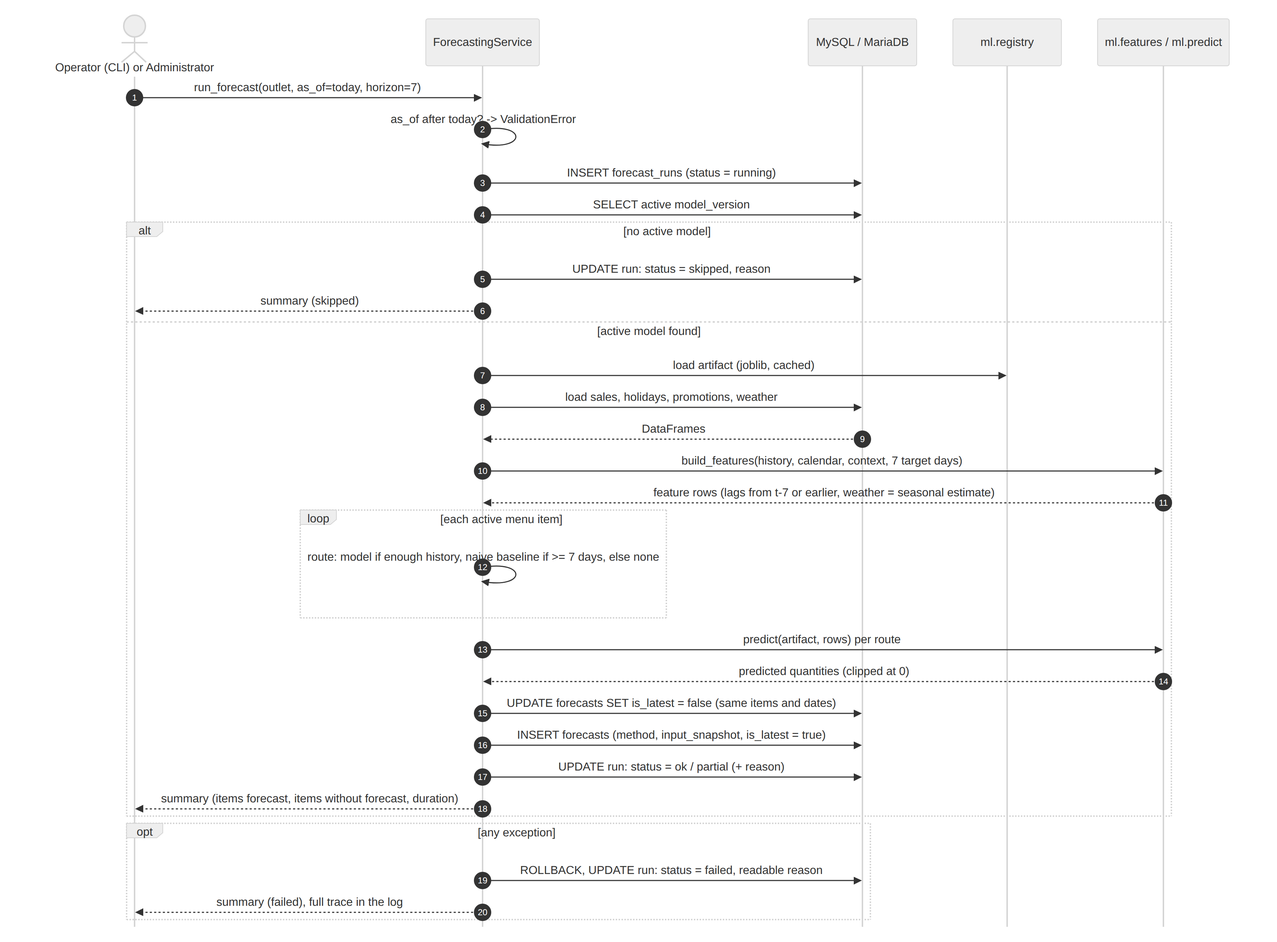
This is docs/diagrams/05_seq_forecast_run.png from sashiiimp/SmartRestaurant, a Mermaid export, as it was before one commit. Its source is kept beside it as docs/diagrams/05_seq_forecast_run.mmd.
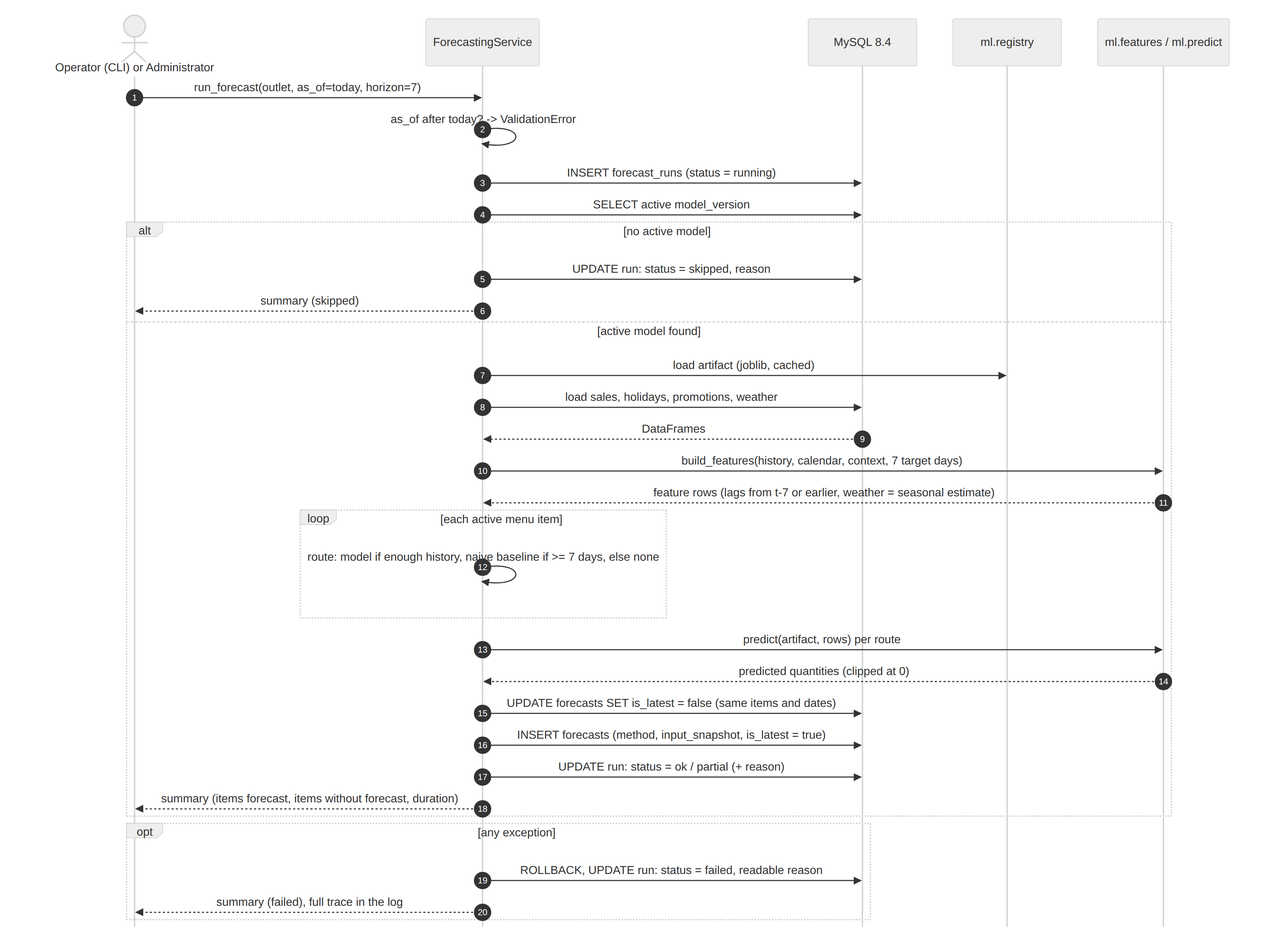
The same file after the commit.

What changed in the source:
```diff
@@ -2,7 +2,7 @@
   autonumber
   actor U as Operator (CLI) or Administrator
   participant F as ForecastingService
-  participant D as MySQL / MariaDB
+  participant D as MySQL 8.4
   participant R as ml.registry
   participant M as ml.features / ml.predict
 
```
